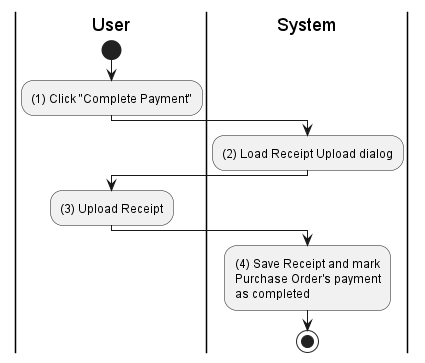
This is activities/purchase-order-complete-payment.png from phihungha/scmss-reqs, a PlantUML export, as it was before one commit. Its diagram source:
```plantuml
@startuml purchase-order-complete-payment
|u|User
|s|System

|u|
start
:(1) Click "Complete Payment";

|s|
:(2) Load Receipt Upload dialog;

|u|
:(3) Upload Receipt;

|s|
:(4) Save Receipt and mark
Purchase Order's payment
as completed;
stop
@enduml
```
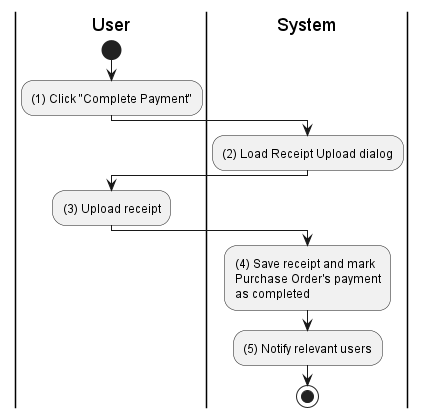
The same diagram one commit later.

Commit message:
Improve purchase order activities

Change to the diagram source:
```diff
@@ -10,11 +10,10 @@
 :(2) Load Receipt Upload dialog;
 
 |u|
-:(3) Upload Receipt;
+:(3) Upload receipt;
 
 |s|
-:(4) Save Receipt and mark
-Purchase Order's payment
-as completed;
+:(4) Save receipt and mark\nPurchase Order's payment\nas completed;
+:(5) Notify relevant users;
 stop
 @enduml
```
